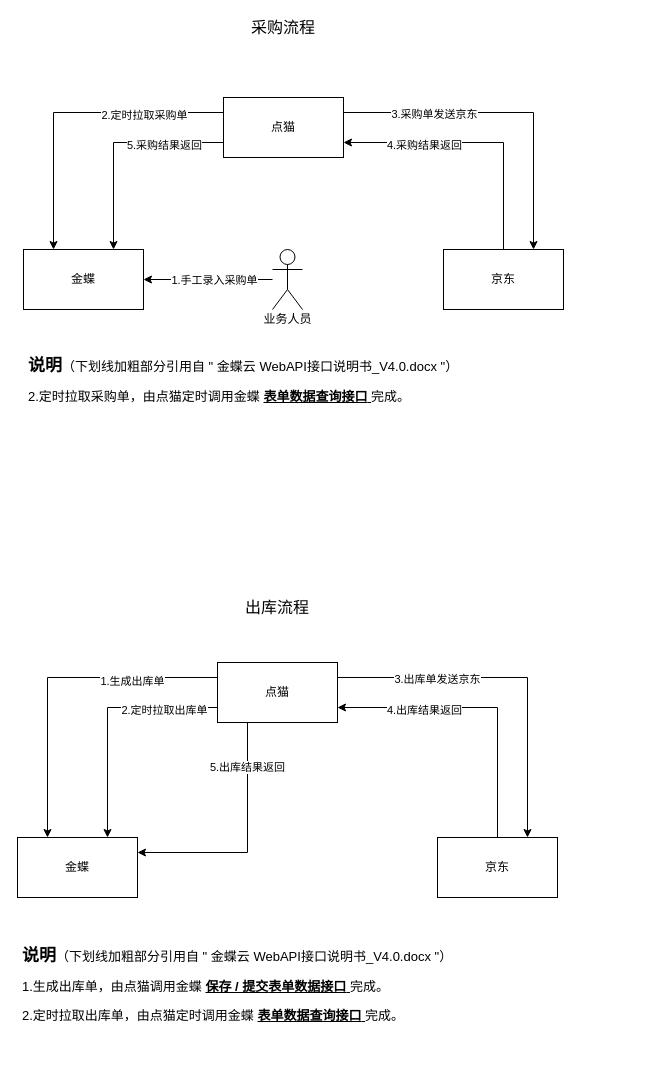
Earlier version of the draw.io diagram kingdee-jd-business.drawio (yindongjun/drawio-2). Source tidied: cells renumbered, new cells numbered last; positions are measured from the earlier drawing's top-left corner, leaving out a move shared by most shapes. Both pictures are drawn from the tidied source at 100%, with x=0, y=0 at pixel (17, 17).
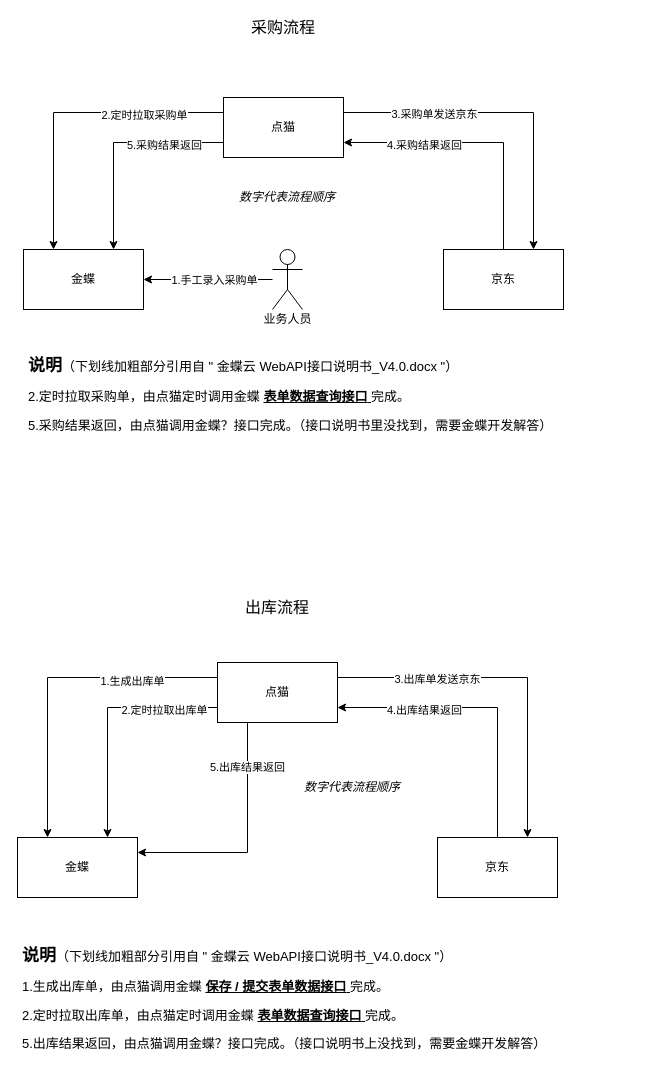
The same diagram, later.

What changed in the source:
```diff
@@
-    <mxCell id="32" value="&lt;h1 style=&quot;font-size: 13px&quot;&gt;&lt;font style=&quot;font-size: 17px&quot;&gt;说明&lt;/font&gt;&lt;font style=&quot;font-size: 13px ; font-weight: normal&quot;&gt;（下划线加粗部分引用自 &quot; 金蝶云 WebAPI接口说明书_V4.0.docx &quot;）&lt;/font&gt;&lt;/h1&gt;&lt;p style=&quot;font-size: 13px&quot;&gt;2.定时拉取采购单，由点猫定时调用金蝶 &lt;u&gt;&lt;b&gt;表单数据查询接口&lt;/b&gt; &lt;/u&gt;完成。&lt;/p&gt;&lt;p&gt;&lt;br&gt;&lt;/p&gt;" style="text;html=1;strokeColor=none;fillColor=none;spacing=5;spacingTop=-20;whiteSpace=wrap;overflow=hidden;rounded=0;fontSize=12;" parent="1" vertex="1">
-      <mxGeometry x="6" y="340" width="450" height="120" as="geometry" />
+    <mxCell id="32" value="&lt;h1 style=&quot;font-size: 13px&quot;&gt;&lt;font style=&quot;font-size: 17px&quot;&gt;说明&lt;/font&gt;&lt;font style=&quot;font-size: 13px ; font-weight: normal&quot;&gt;（下划线加粗部分引用自 &quot; 金蝶云 WebAPI接口说明书_V4.0.docx &quot;）&lt;/font&gt;&lt;/h1&gt;&lt;p style=&quot;font-size: 13px&quot;&gt;2.定时拉取采购单，由点猫定时调用金蝶 &lt;u&gt;&lt;b&gt;表单数据查询接口&lt;/b&gt; &lt;/u&gt;完成。&lt;/p&gt;&lt;p style=&quot;font-size: 13px&quot;&gt;5.采购结果返回，由点猫调用金蝶？接口完成。（接口说明书里没找到，需要金蝶开发解答）&lt;/p&gt;" style="text;html=1;strokeColor=none;fillColor=none;spacing=5;spacingTop=-20;whiteSpace=wrap;overflow=hidden;rounded=0;fontSize=12;" parent="1" vertex="1">
+      <mxGeometry x="6" y="340" width="620" height="120" as="geometry" />
     </mxCell>
-    <mxCell id="33" value="&lt;h1 style=&quot;font-size: 13px&quot;&gt;&lt;font style=&quot;font-size: 17px&quot;&gt;说明&lt;/font&gt;&lt;font style=&quot;font-size: 13px ; font-weight: normal&quot;&gt;（下划线加粗部分引用自 &quot; 金蝶云 WebAPI接口说明书_V4.0.docx &quot;）&lt;/font&gt;&lt;/h1&gt;&lt;p style=&quot;font-size: 13px&quot;&gt;1.生成出库单，由点猫调用金蝶 &lt;b&gt;&lt;u&gt;保存 / 提交&lt;/u&gt;&lt;/b&gt;&lt;u&gt;&lt;b&gt;表单数据接口&lt;/b&gt;&amp;nbsp;&lt;/u&gt;完成。&lt;br&gt;&lt;/p&gt;&lt;p style=&quot;font-size: 13px&quot;&gt;2.定时拉取出库单，由点猫定时调用金蝶 &lt;u&gt;&lt;b&gt;表单数据查询接口&lt;/b&gt; &lt;/u&gt;完成。&lt;/p&gt;&lt;p&gt;&lt;br&gt;&lt;/p&gt;" style="text;html=1;strokeColor=none;fillColor=none;spacing=5;spacingTop=-20;whiteSpace=wrap;overflow=hidden;rounded=0;fontSize=12;" parent="1" vertex="1">
-      <mxGeometry y="930" width="450" height="120" as="geometry" />
+    <mxCell id="33" value="&lt;h1 style=&quot;font-size: 13px&quot;&gt;&lt;font style=&quot;font-size: 17px&quot;&gt;说明&lt;/font&gt;&lt;font style=&quot;font-size: 13px ; font-weight: normal&quot;&gt;（下划线加粗部分引用自 &quot; 金蝶云 WebAPI接口说明书_V4.0.docx &quot;）&lt;/font&gt;&lt;/h1&gt;&lt;p style=&quot;font-size: 13px&quot;&gt;1.生成出库单，由点猫调用金蝶 &lt;b&gt;&lt;u&gt;保存 / 提交&lt;/u&gt;&lt;/b&gt;&lt;u&gt;&lt;b&gt;表单数据接口&lt;/b&gt;&amp;nbsp;&lt;/u&gt;完成。&lt;br&gt;&lt;/p&gt;&lt;p style=&quot;font-size: 13px&quot;&gt;2.定时拉取出库单，由点猫定时调用金蝶 &lt;u&gt;&lt;b&gt;表单数据查询接口&lt;/b&gt; &lt;/u&gt;完成。&lt;/p&gt;&lt;p style=&quot;font-size: 13px&quot;&gt;5.出库结果返回，由点猫调用金蝶？接口完成。（接口说明书上没找到，需要金蝶开发解答）&lt;/p&gt;&lt;p&gt;&lt;br&gt;&lt;/p&gt;" style="text;html=1;strokeColor=none;fillColor=none;spacing=5;spacingTop=-20;whiteSpace=wrap;overflow=hidden;rounded=0;fontSize=12;" parent="1" vertex="1">
+      <mxGeometry y="930" width="596" height="120" as="geometry" />
     </mxCell>
+    <mxCell id="34" value="数字代表流程顺序" style="text;html=1;strokeColor=none;fillColor=none;align=center;verticalAlign=middle;whiteSpace=wrap;rounded=0;fontStyle=2;" parent="1" vertex="1">
+      <mxGeometry x="220" y="170" width="100" height="20" as="geometry" />
+    </mxCell>
+    <mxCell id="35" value="数字代表流程顺序" style="text;html=1;strokeColor=none;fillColor=none;align=center;verticalAlign=middle;whiteSpace=wrap;rounded=0;fontStyle=2;" parent="1" vertex="1">
+      <mxGeometry x="285" y="760" width="100" height="20" as="geometry" />
+    </mxCell>
```
